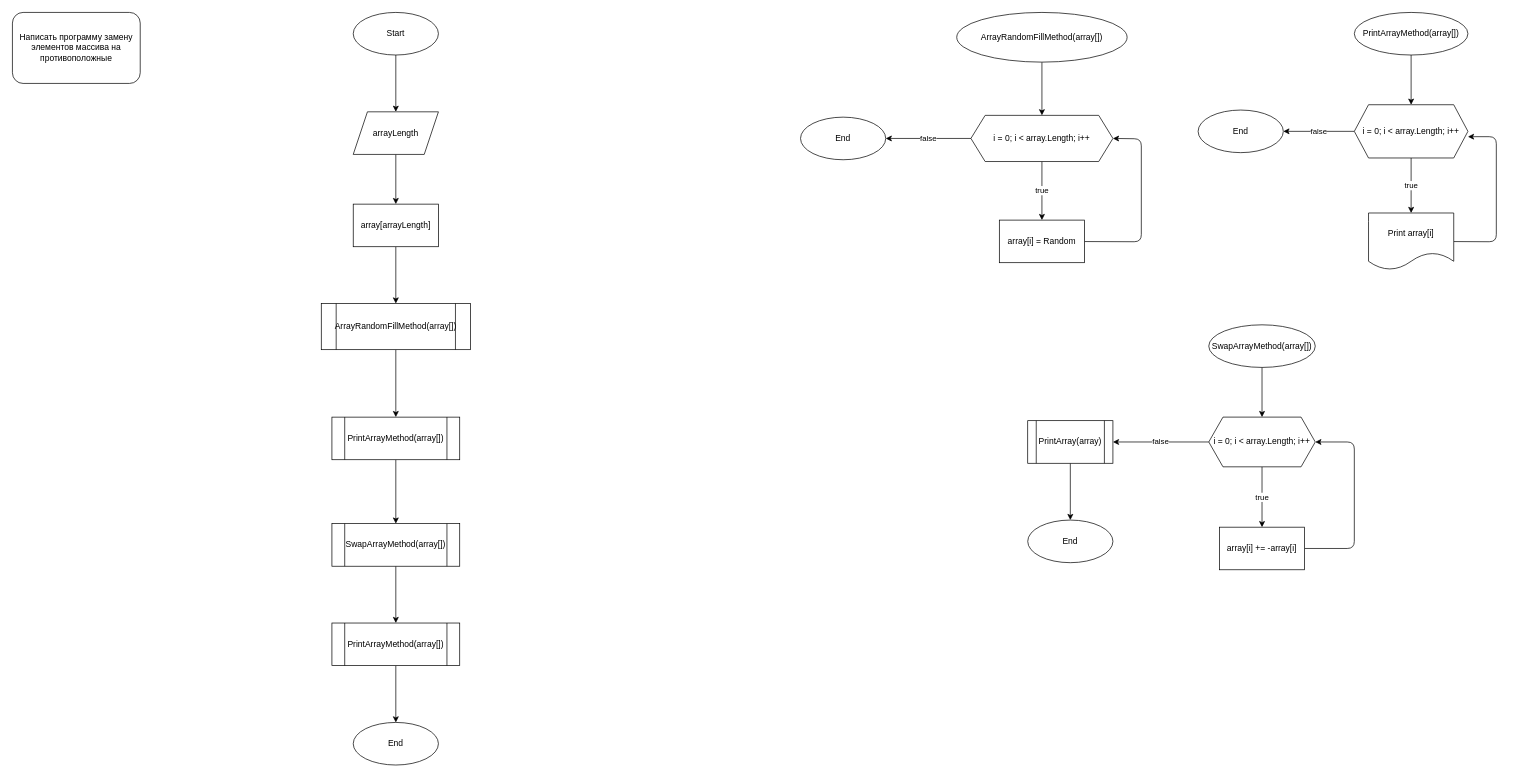
Fostix/LoLTasks keeps this draw.io diagram as Task34SwappingArrayElements/flowchart.drawio. Above is the earlier version. Source tidied: cells renumbered, new cells numbered last; positions are measured from the earlier drawing's top-left corner, leaving out a move shared by most shapes. Both pictures are drawn from the tidied source at 71%, with x=0, y=0 at pixel (12, 12).
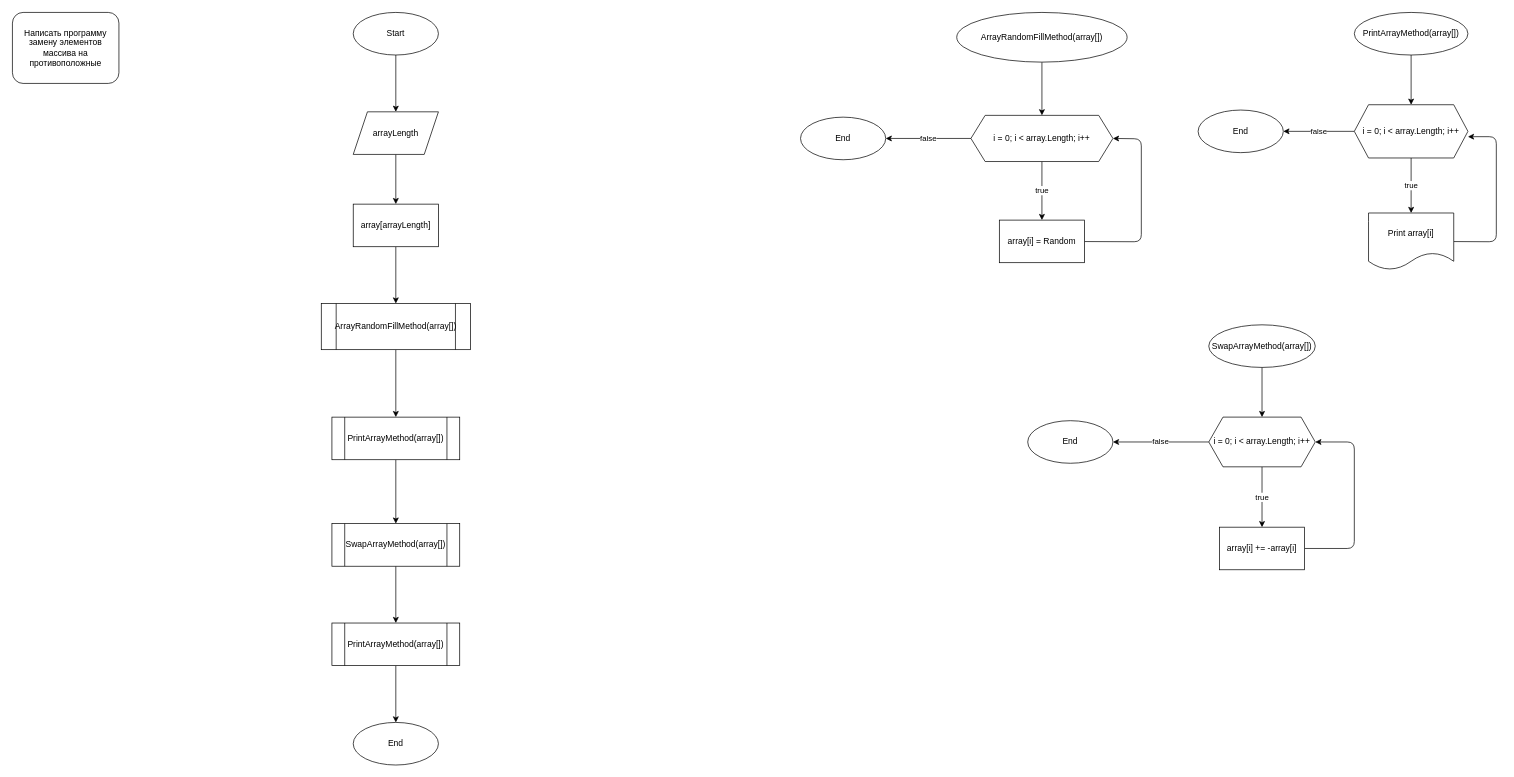
The same diagram, later.

Commit message (it also covers changes not shown here):
start make task 35 flowchart find number in array

Unchanged cells that the change refers to:
```xml
<mxCell id="11" value="i = 0; i &amp;lt; array.Length; i++" style="shape=hexagon;perimeter=hexagonPerimeter2;whiteSpace=wrap;html=1;fixedSize=1;" parent="1" vertex="1">
  <mxGeometry x="1685" y="570" width="150" height="70" as="geometry" />
</mxCell>
```

Change to the diagram source:
```diff
@@
     <mxCell id="2" value="Написать программу замену элементов массива на противоположные" style="rounded=1;whiteSpace=wrap;html=1;" parent="1" vertex="1">
-      <mxGeometry width="180" height="100" as="geometry" />
+      <mxGeometry width="150" height="100" as="geometry" />
     </mxCell>
@@
-    <mxCell id="10" value="false" style="edgeStyle=none;html=1;entryX=1;entryY=0.5;entryDx=0;entryDy=0;" parent="1" edge="1" source="11" target="15">
+    <mxCell id="10" value="false" style="edgeStyle=none;html=1;entryX=1;entryY=0.5;entryDx=0;entryDy=0;" parent="1" edge="1" source="11" target="24">
       <mxGeometry relative="1" as="geometry" />
     </mxCell>
@@
-    <mxCell id="14" style="edgeStyle=none;html=1;" parent="1" edge="1" source="15" target="24">
-      <mxGeometry relative="1" as="geometry" />
-    </mxCell>
-    <mxCell id="15" value="PrintArray(array)" style="shape=process;whiteSpace=wrap;html=1;backgroundOutline=1;" parent="1" vertex="1">
-      <mxGeometry x="1430" y="575" width="120" height="60" as="geometry" />
-    </mxCell>
@@
     <mxCell id="24" value="End" style="ellipse;whiteSpace=wrap;html=1;" parent="1" vertex="1">
-      <mxGeometry x="1430" y="715" width="120" height="60" as="geometry" />
+      <mxGeometry x="1430" y="575" width="120" height="60" as="geometry" />
     </mxCell>
```
